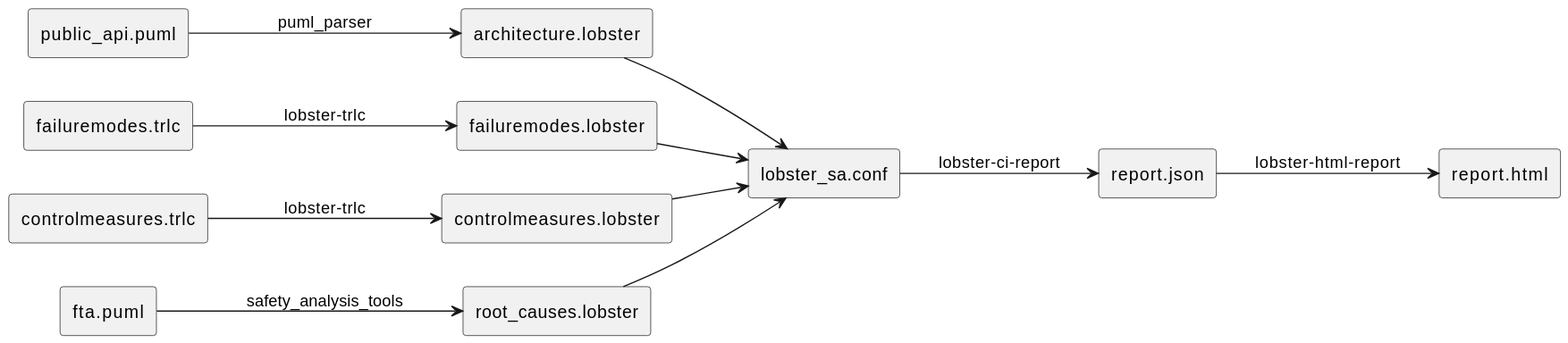
eclipse-score/tooling keeps this PlantUML diagram as bazel/rules/rules_score/examples/seooc/safety_analysis/assets/tool_data_flow.svg. Above is the earlier version.
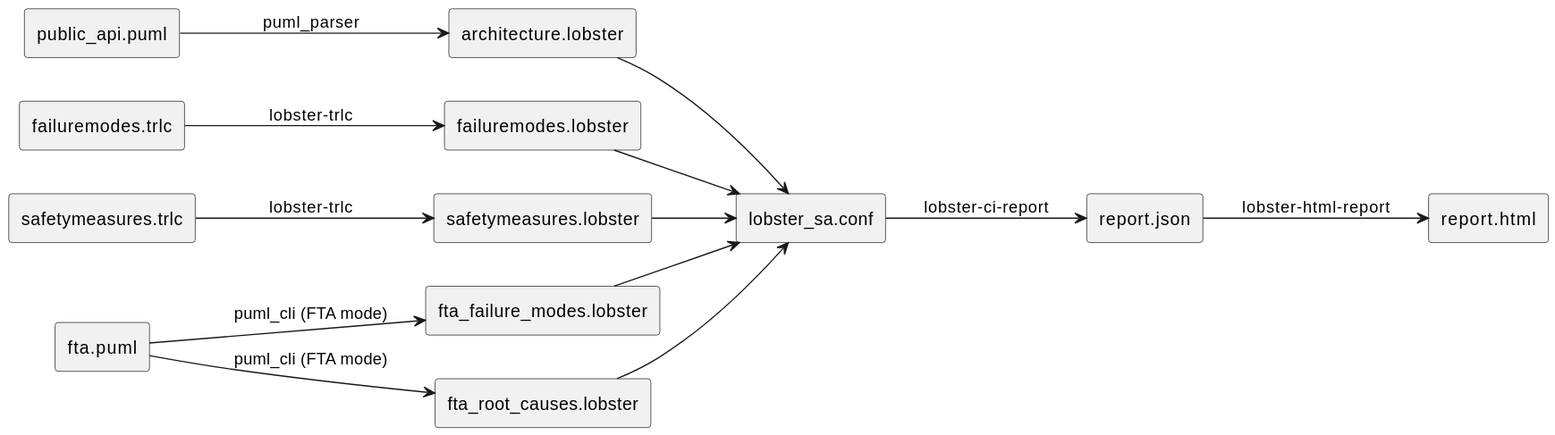
The same diagram one commit later.

What changed in the source:
```diff
@@ -2,23 +2,26 @@
 left to right direction
 rectangle "public_api.puml" as arch
 rectangle "failuremodes.trlc" as fm
-rectangle "controlmeasures.trlc" as cm
+rectangle "safetymeasures.trlc" as sm
 rectangle "fta.puml" as fta
 rectangle "architecture.lobster" as arch_lob
 rectangle "failuremodes.lobster" as fm_lob
-rectangle "controlmeasures.lobster" as cm_lob
-rectangle "root_causes.lobster" as rc_lob
+rectangle "safetymeasures.lobster" as sm_lob
+rectangle "fta_failure_modes.lobster" as te_lob
+rectangle "fta_root_causes.lobster" as rc_lob
 rectangle "lobster_sa.conf" as conf
 rectangle "report.json" as json
 rectangle "report.html" as html
 
 arch --> arch_lob : puml_parser
 fm --> fm_lob : lobster-trlc
-cm --> cm_lob : lobster-trlc
-fta --> rc_lob : safety_analysis_tools
+sm --> sm_lob : lobster-trlc
+fta --> te_lob : puml_cli (FTA mode)
+fta --> rc_lob : puml_cli (FTA mode)
 arch_lob --> conf
 fm_lob --> conf
-cm_lob --> conf
+sm_lob --> conf
+te_lob --> conf
 rc_lob --> conf
 conf --> json : lobster-ci-report
 json --> html : lobster-html-report
```
